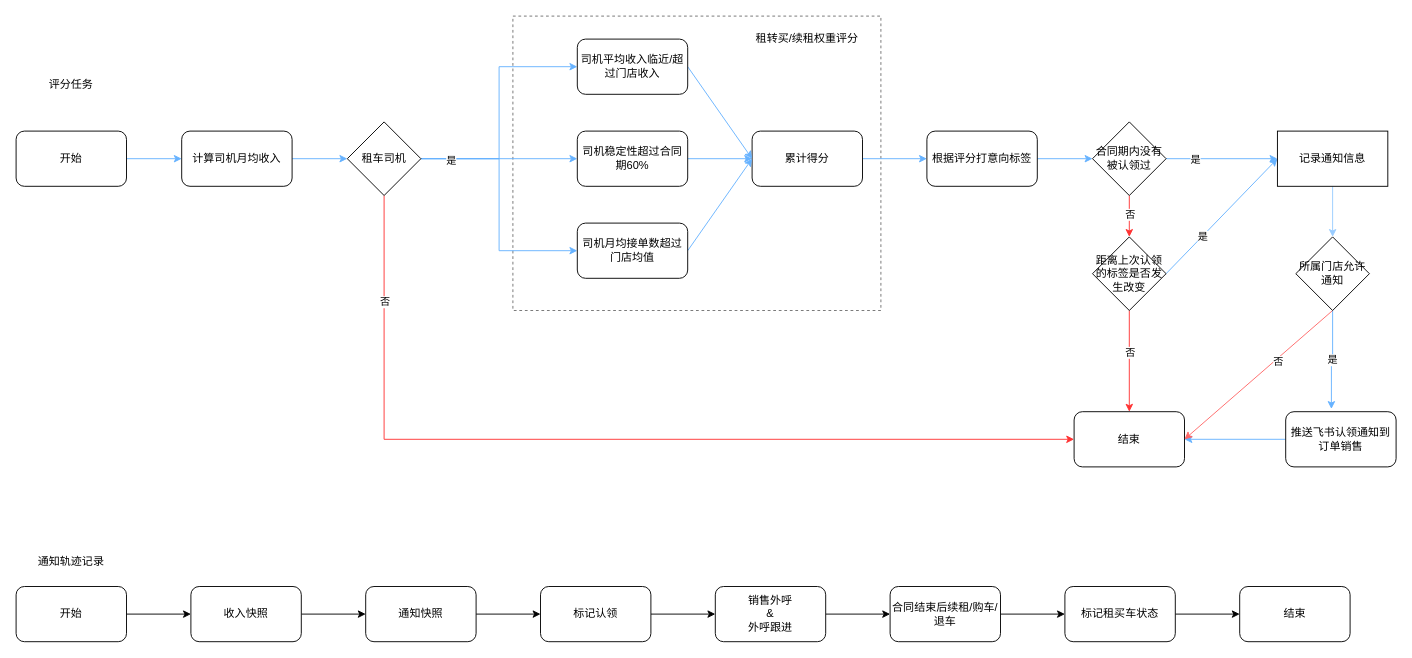
The draw.io diagram 续租探索.drawio in YouAnCao/doc, before the edit. Source tidied: cells renumbered, new cells numbered last; positions are measured from the earlier drawing's top-left corner, leaving out a move shared by most shapes. Both pictures are drawn from the tidied source at 92%, with x=0, y=0 at pixel (16, 16).
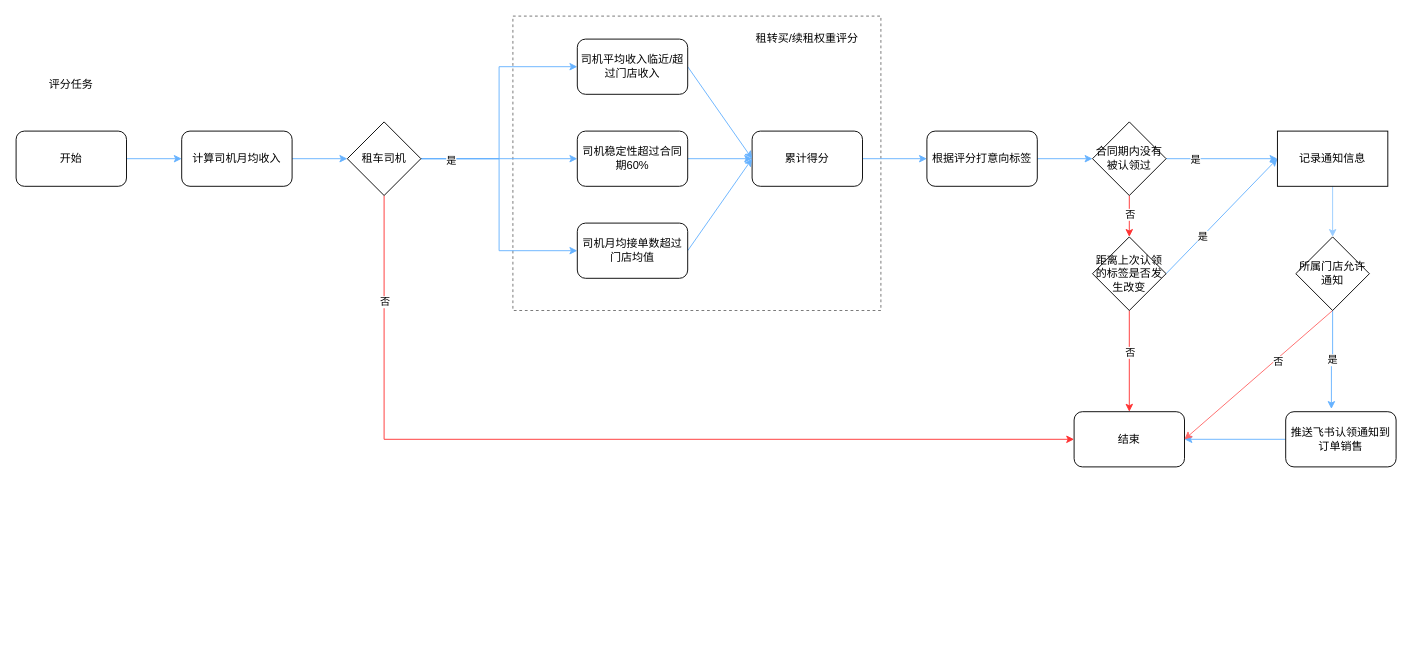
After the change.

Commit message:
更新续租探索.drawio

Change to the diagram source:
```diff
@@
-    <mxCell id="37" style="edgeStyle=orthogonalEdgeStyle;rounded=0;jettySize=auto;html=1;exitX=1;exitY=0.5;exitDx=0;exitDy=0;entryX=0;entryY=0.5;entryDx=0;entryDy=0;" parent="1" edge="1" source="38" target="41">
-      <mxGeometry relative="1" as="geometry" />
-    </mxCell>
-    <mxCell id="38" value="开始" style="rounded=1;whiteSpace=wrap;html=1;" parent="1" vertex="1">
-      <mxGeometry y="620" width="120" height="60" as="geometry" />
-    </mxCell>
-    <mxCell id="39" value="通知轨迹记录" style="text;html=1;strokeColor=none;fillColor=none;align=center;verticalAlign=middle;whiteSpace=wrap;rounded=0;" parent="1" vertex="1">
-      <mxGeometry x="15" y="580" width="90" height="25" as="geometry" />
-    </mxCell>
-    <mxCell id="40" style="edgeStyle=orthogonalEdgeStyle;rounded=0;jettySize=auto;html=1;exitX=1;exitY=0.5;exitDx=0;exitDy=0;entryX=0;entryY=0.5;entryDx=0;entryDy=0;" parent="1" edge="1" source="41" target="43">
-      <mxGeometry relative="1" as="geometry" />
-    </mxCell>
-    <mxCell id="41" value="收入快照" style="rounded=1;whiteSpace=wrap;html=1;" parent="1" vertex="1">
-      <mxGeometry x="190" y="620" width="120" height="60" as="geometry" />
-    </mxCell>
-    <mxCell id="42" style="edgeStyle=orthogonalEdgeStyle;rounded=0;jettySize=auto;html=1;exitX=1;exitY=0.5;exitDx=0;exitDy=0;entryX=0;entryY=0.5;entryDx=0;entryDy=0;" parent="1" edge="1" source="43" target="45">
-      <mxGeometry relative="1" as="geometry" />
-    </mxCell>
-    <mxCell id="43" value="通知快照" style="rounded=1;whiteSpace=wrap;html=1;" parent="1" vertex="1">
-      <mxGeometry x="380" y="620" width="120" height="60" as="geometry" />
-    </mxCell>
-    <mxCell id="44" style="edgeStyle=orthogonalEdgeStyle;rounded=0;jettySize=auto;html=1;exitX=1;exitY=0.5;exitDx=0;exitDy=0;entryX=0;entryY=0.5;entryDx=0;entryDy=0;" parent="1" edge="1" source="45" target="47">
-      <mxGeometry relative="1" as="geometry" />
-    </mxCell>
-    <mxCell id="45" value="标记认领" style="rounded=1;whiteSpace=wrap;html=1;" parent="1" vertex="1">
-      <mxGeometry x="570" y="620" width="120" height="60" as="geometry" />
-    </mxCell>
-    <mxCell id="46" style="edgeStyle=orthogonalEdgeStyle;rounded=0;jettySize=auto;html=1;exitX=1;exitY=0.5;exitDx=0;exitDy=0;entryX=0;entryY=0.5;entryDx=0;entryDy=0;" parent="1" edge="1" source="47" target="49">
-      <mxGeometry relative="1" as="geometry" />
-    </mxCell>
-    <mxCell id="47" value="销售外呼&lt;br&gt;&amp;amp;&lt;br&gt;外呼跟进" style="rounded=1;whiteSpace=wrap;html=1;" parent="1" vertex="1">
-      <mxGeometry x="760" y="620" width="120" height="60" as="geometry" />
-    </mxCell>
-    <mxCell id="48" style="edgeStyle=orthogonalEdgeStyle;rounded=0;jettySize=auto;html=1;exitX=1;exitY=0.5;exitDx=0;exitDy=0;entryX=0;entryY=0.5;entryDx=0;entryDy=0;" parent="1" edge="1" source="49" target="59">
-      <mxGeometry relative="1" as="geometry" />
-    </mxCell>
-    <mxCell id="49" value="合同结束后续租/购车/退车" style="rounded=1;whiteSpace=wrap;html=1;" parent="1" vertex="1">
-      <mxGeometry x="950" y="620" width="120" height="60" as="geometry" />
-    </mxCell>
@@
-    <mxCell id="58" style="edgeStyle=orthogonalEdgeStyle;rounded=0;jettySize=auto;html=1;exitX=1;exitY=0.5;exitDx=0;exitDy=0;entryX=0;entryY=0.5;entryDx=0;entryDy=0;" parent="1" edge="1" source="59" target="60">
-      <mxGeometry relative="1" as="geometry" />
-    </mxCell>
-    <mxCell id="59" value="标记租买车状态" style="rounded=1;whiteSpace=wrap;html=1;" parent="1" vertex="1">
-      <mxGeometry x="1140" y="620" width="120" height="60" as="geometry" />
-    </mxCell>
-    <mxCell id="60" value="结束" style="rounded=1;whiteSpace=wrap;html=1;" parent="1" vertex="1">
-      <mxGeometry x="1330" y="620" width="120" height="60" as="geometry" />
-    </mxCell>
```
